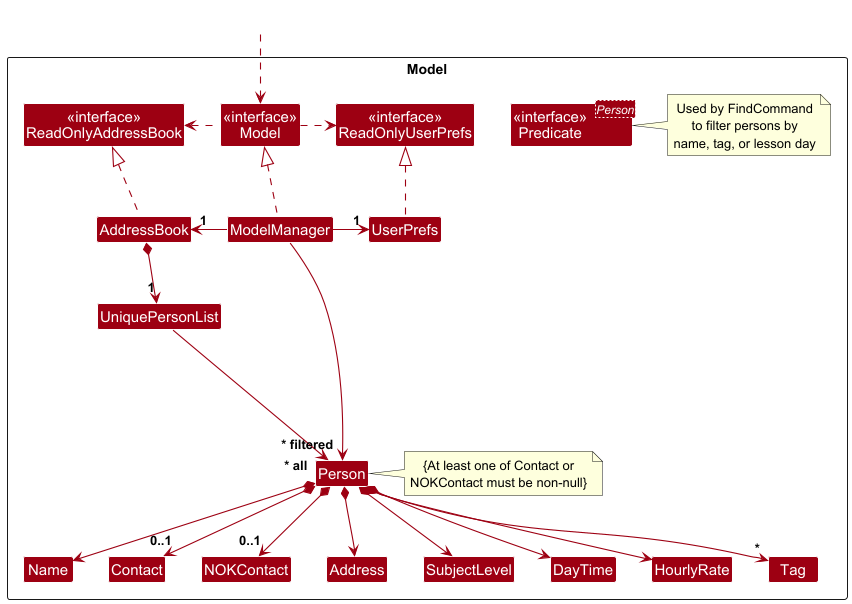
This is docs/images/ModelClassDiagram.png from Cheeden/tp, a PlantUML export, as it was before one commit.
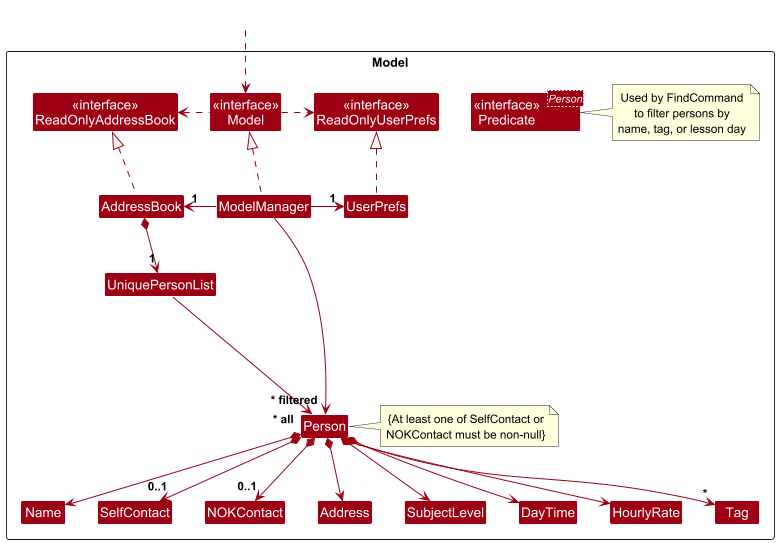
Above is the later version.

Diff of the diagram source:
```diff
@@ -15,12 +15,12 @@
 Class UniquePersonList
 Class Person
 note right
-{At least one of Contact or
+{At least one of SelfContact or
 NOKContact must be non-null}
 end note
 Class Address
 Class Name
-Class Contact
+Class SelfContact
 Class NOKContact
 Class SubjectLevel
 Class DayTime
@@ -47,7 +47,7 @@
 AddressBook *--> "1" UniquePersonList
 UniquePersonList --> "~* all" Person
 Person *--> Name
-Person *--> "0..1" Contact
+Person *--> "0..1" SelfContact
 Person *--> "0..1" NOKContact
 Person *--> Address
 Person *--> SubjectLevel
@@ -58,8 +58,8 @@
 Person -[hidden]up--> I
 UniquePersonList -[hidden]right-> I
 
-Name -[hidden]right-> Contact
-Contact -[hidden]right-> NOKContact
+Name -[hidden]right-> SelfContact
+SelfContact -[hidden]right-> NOKContact
 NOKContact -[hidden]right-> Address
 Address -[hidden]right-> SubjectLevel
 SubjectLevel -[hidden]right-> DayTime
```
